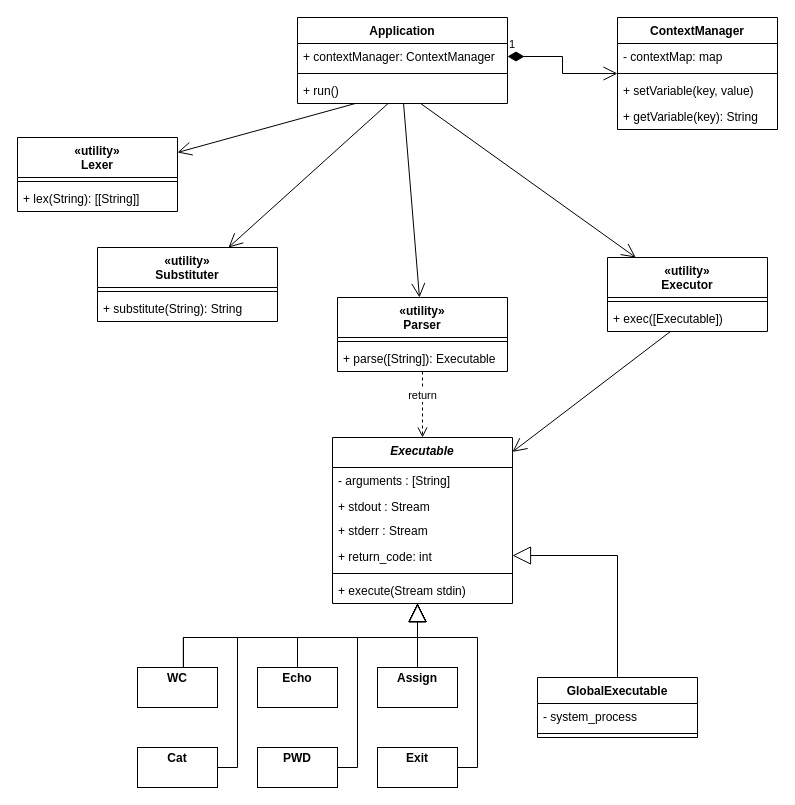
kgamora/cli-itmo-sd-2023 keeps this draw.io diagram as architecture/cli-class_scheme.drawio. Above is the earlier version. Source tidied: cells renumbered, new cells numbered last; positions are measured from the earlier drawing's top-left corner, leaving out a move shared by most shapes. Both pictures are drawn from the tidied source at 100%, with x=0, y=0 at pixel (17, 17).
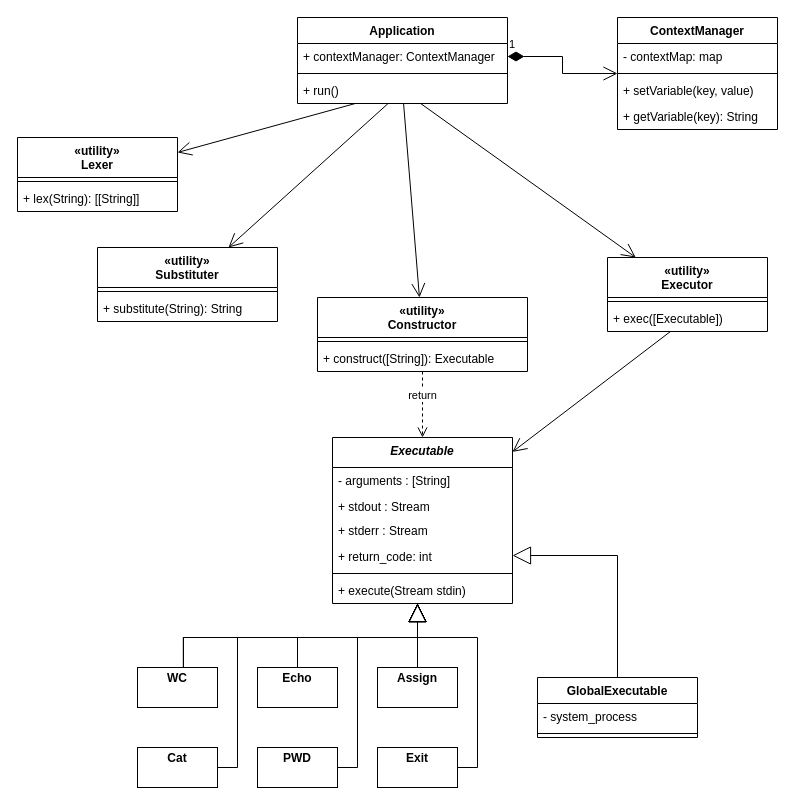
After the change.

What changed in the source:
```diff
@@
-    <mxCell id="17" value="«utility»&#10;Parser" style="swimlane;fontStyle=1;align=center;verticalAlign=top;horizontal=1;startSize=40;" parent="1" vertex="1">
-      <mxGeometry x="320" y="280" width="170" height="74" as="geometry" />
+    <mxCell id="17" value="«utility»&#10;Constructor" style="swimlane;fontStyle=1;align=center;verticalAlign=top;horizontal=1;startSize=40;" parent="1" vertex="1">
+      <mxGeometry x="300" y="280" width="210" height="74" as="geometry" />
     </mxCell>
     <mxCell id="18" style="line;strokeWidth=1;fillColor=none;align=left;verticalAlign=middle;spacingTop=-1;spacingLeft=3;spacingRight=3;labelPosition=right;strokeColor=inherit;" parent="17" vertex="1">
-      <mxGeometry y="40" width="170" height="8" as="geometry" />
+      <mxGeometry y="40" width="210" height="8" as="geometry" />
     </mxCell>
-    <mxCell id="19" value="+ parse([String]): Executable" style="text;strokeColor=none;fillColor=none;align=left;verticalAlign=top;spacingLeft=4;spacingRight=4;overflow=hidden;points=[[0,0.5],[1,0.5]];portConstraint=eastwest;" parent="17" vertex="1">
-      <mxGeometry y="48" width="170" height="26" as="geometry" />
+    <mxCell id="19" value="+ construct([String]): Executable" style="text;strokeColor=none;fillColor=none;align=left;verticalAlign=top;spacingLeft=4;spacingRight=4;overflow=hidden;points=[[0,0.5],[1,0.5]];portConstraint=eastwest;" parent="17" vertex="1">
+      <mxGeometry y="48" width="210" height="26" as="geometry" />
     </mxCell>
```
